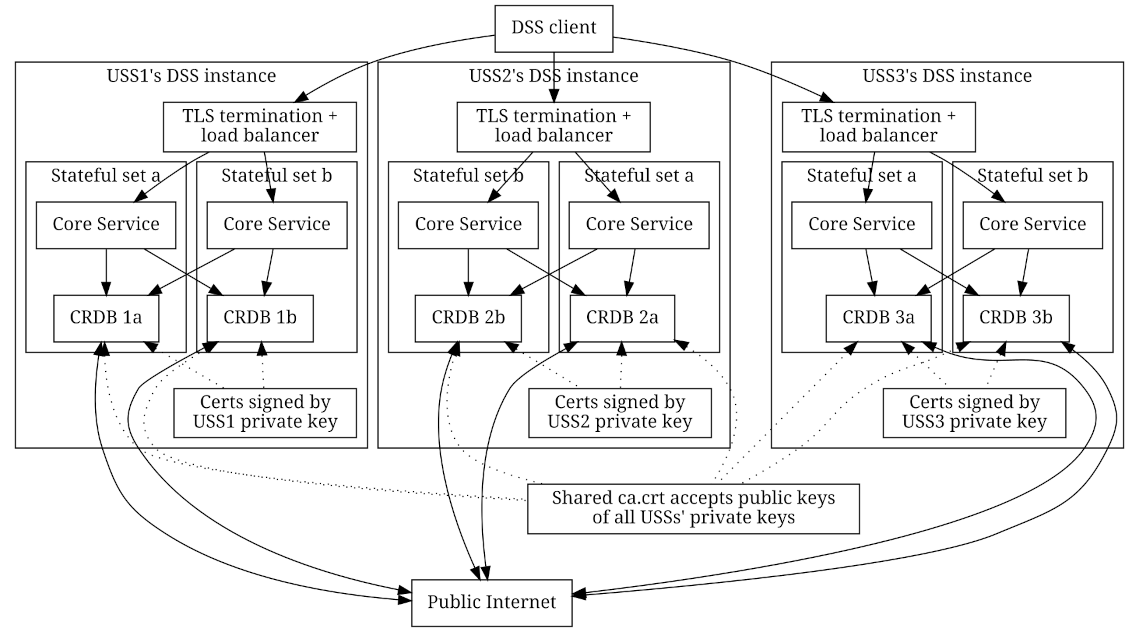
interuss/dss keeps this Graphviz diagram as docs/assets/generated/pool_architecture.png. Above is the earlier version. Its source is kept beside it as docs/assets/pool_architecture.gv. Source of this version:
```dot
digraph G {
    node [shape=box];

    DSSClient [label="DSS client"]

    LoadBalancer1 [label="TLS termination +\nload balancer"]
    CoreService1a [label="Core Service"];
    CoreService1b [label="Core Service"];
    CRDB1a [label="CRDB 1a"];
    CRDB1b [label="CRDB 1b"];
    PrivateKey1 [label="Certs signed by\nUSS1 private key"]

    LoadBalancer2 [label="TLS termination +\nload balancer"]
    CoreService2a [label="Core Service"];
    CoreService2b [label="Core Service"];
    CRDB2a [label="CRDB 2a"];
    CRDB2b [label="CRDB 2b"];
    PrivateKey2 [label="Certs signed by\nUSS2 private key"]

    LoadBalancer3 [label="TLS termination +\nload balancer"]
    CoreService3a [label="Core Service"];
    CoreService3b [label="Core Service"];
    CRDB3a [label="CRDB 3a"];
    CRDB3b [label="CRDB 3b"];
    PrivateKey3 [label="Certs signed by\nUSS3 private key"]

    Certs [label="Shared ca.crt accepts public keys\nof all USSs' private keys"];
    PublicInternet [label="Public Internet"];

    subgraph cluster_0 {
    label="USS1's DSS instance"
    subgraph cluster_1 {
    label="Stateful set a";
    CoreService1a -> CRDB1a;
    }
    subgraph cluster_2 {
    label="Stateful set b";
    CoreService1b -> CRDB1b;
    }
    CRDB1a -> PrivateKey1 [dir=back,style=dotted];
    CRDB1b -> PrivateKey1 [dir=back,style=dotted];
    CoreService1b -> CRDB1a;
    CoreService1a -> CRDB1b;
    LoadBalancer1 -> CoreService1a
    LoadBalancer1 -> CoreService1b
    }

    subgraph cluster_4 {
    label="USS2's DSS instance"
    subgraph cluster_5 {
    label="Stateful set a";
    CoreService2a -> CRDB2a;
    }
    subgraph cluster_6 {
    label="Stateful set b";
    CoreService2b -> CRDB2b;
    }
    CRDB2a -> PrivateKey2 [dir=back,style=dotted];
    CRDB2b -> PrivateKey2 [dir=back,style=dotted];
    CoreService2b -> CRDB2a;
    CoreService2a -> CRDB2b;
    LoadBalancer2 -> CoreService2a
    LoadBalancer2 -> CoreService2b
    }

    subgraph cluster_8 {
    label="USS3's DSS instance"
    subgraph cluster_9 {
    label="Stateful set a";
    CoreService3a -> CRDB3a;
    }
    subgraph cluster_10 {
    label="Stateful set b";
    CoreService3b -> CRDB3b;
    }
    CRDB3a -> PrivateKey3 [dir=back,style=dotted];
    CRDB3b -> PrivateKey3 [dir=back,style=dotted];
    CoreService3b -> CRDB3a;
    CoreService3a -> CRDB3b;
    LoadBalancer3 -> CoreService3a
    LoadBalancer3 -> CoreService3b
    }

    DSSClient -> LoadBalancer1;
    DSSClient -> LoadBalancer2;
    DSSClient -> LoadBalancer3;

    CRDB1a -> Certs [dir=back,style=dotted];
    CRDB1b -> Certs [dir=back,style=dotted];
    CRDB2a -> Certs [dir=back,style=dotted];
    CRDB2b -> Certs [dir=back,style=dotted];
    CRDB3a -> Certs [dir=back,style=dotted];
    CRDB3b -> Certs [dir=back,style=dotted];

    CRDB1a -> PublicInternet [dir=both];
    CRDB1b -> PublicInternet [dir=both];
    CRDB2a -> PublicInternet [dir=both];
    CRDB2b -> PublicInternet [dir=both];
    CRDB3a -> PublicInternet [dir=both];
    CRDB3b -> PublicInternet [dir=both];

    PrivateKey1 -> Certs [dir=none,color=transparent];
    PrivateKey2 -> Certs [dir=none,color=transparent];
    PrivateKey3 -> Certs [dir=none,color=transparent];
    Certs -> PublicInternet [dir=none,color=transparent];
}
```
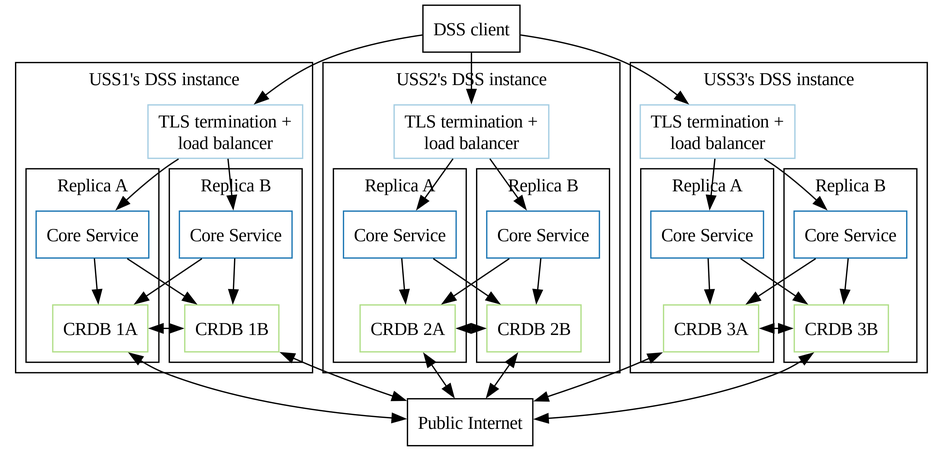
The same file after the commit.

Diff of the diagram source:
```diff
@@ -1,96 +1,83 @@
 digraph G {
-    node [shape=box];
+    node [shape=box, colorscheme=paired8];
+    graph [dpi = 300];
 
     DSSClient [label="DSS client"]
 
-    LoadBalancer1 [label="TLS termination +\nload balancer"]
-    CoreService1a [label="Core Service"];
-    CoreService1b [label="Core Service"];
-    CRDB1a [label="CRDB 1a"];
-    CRDB1b [label="CRDB 1b"];
-    PrivateKey1 [label="Certs signed by\nUSS1 private key"]
+    LoadBalancer1 [label="TLS termination +\nload balancer",color=1]
+    CoreService1a [label="Core Service",color=2];
+    CoreService1b [label="Core Service",color=2];
+    CRDB1a [label="CRDB 1A",color=3];
+    CRDB1b [label="CRDB 1B",color=3];
 
-    LoadBalancer2 [label="TLS termination +\nload balancer"]
-    CoreService2a [label="Core Service"];
-    CoreService2b [label="Core Service"];
-    CRDB2a [label="CRDB 2a"];
-    CRDB2b [label="CRDB 2b"];
-    PrivateKey2 [label="Certs signed by\nUSS2 private key"]
+    LoadBalancer2 [label="TLS termination +\nload balancer",color=1]
+    CoreService2a [label="Core Service",color=2];
+    CoreService2b [label="Core Service",color=2];
+    CRDB2a [label="CRDB 2A",color=3];
+    CRDB2b [label="CRDB 2B",color=3];
 
-    LoadBalancer3 [label="TLS termination +\nload balancer"]
-    CoreService3a [label="Core Service"];
-    CoreService3b [label="Core Service"];
-    CRDB3a [label="CRDB 3a"];
-    CRDB3b [label="CRDB 3b"];
-    PrivateKey3 [label="Certs signed by\nUSS3 private key"]
+    LoadBalancer3 [label="TLS termination +\nload balancer",color=1]
+    CoreService3a [label="Core Service",color=2];
+    CoreService3b [label="Core Service",color=2];
+    CRDB3a [label="CRDB 3A",color=3];
+    CRDB3b [label="CRDB 3B",color=3];
 
-    Certs [label="Shared ca.crt accepts public keys\nof all USSs' private keys"];
-    PublicInternet [label="Public Internet"];
+    { rank=sink; PublicInternet [label="Public Internet"]; }
 
     subgraph cluster_0 {
-    label="USS1's DSS instance"
-    subgraph cluster_1 {
-    label="Stateful set a";
-    CoreService1a -> CRDB1a;
-    }
-    subgraph cluster_2 {
-    label="Stateful set b";
-    CoreService1b -> CRDB1b;
-    }
-    CRDB1a -> PrivateKey1 [dir=back,style=dotted];
-    CRDB1b -> PrivateKey1 [dir=back,style=dotted];
-    CoreService1b -> CRDB1a;
-    CoreService1a -> CRDB1b;
-    LoadBalancer1 -> CoreService1a
-    LoadBalancer1 -> CoreService1b
+        label="USS1's DSS instance"
+        subgraph cluster_1 {
+            label="Replica A";
+            CoreService1a -> CRDB1a;
+        }
+        subgraph cluster_2 {
+            label="Replica B";
+            CoreService1b -> CRDB1b;
+        }
+        CoreService1b -> CRDB1a;
+        CoreService1a -> CRDB1b;
+        LoadBalancer1 -> CoreService1a
+        LoadBalancer1 -> CoreService1b
+        CRDB1a -> CRDB1b [dir=both];
     }
 
     subgraph cluster_4 {
-    label="USS2's DSS instance"
-    subgraph cluster_5 {
-    label="Stateful set a";
-    CoreService2a -> CRDB2a;
-    }
-    subgraph cluster_6 {
-    label="Stateful set b";
-    CoreService2b -> CRDB2b;
-    }
-    CRDB2a -> PrivateKey2 [dir=back,style=dotted];
-    CRDB2b -> PrivateKey2 [dir=back,style=dotted];
-    CoreService2b -> CRDB2a;
-    CoreService2a -> CRDB2b;
-    LoadBalancer2 -> CoreService2a
-    LoadBalancer2 -> CoreService2b
+        label="USS2's DSS instance"
+        subgraph cluster_5 {
+            label="Replica A";
+            CoreService2a -> CRDB2a;
+        }
+        subgraph cluster_6 {
+            label="Replica B";
+            CoreService2b -> CRDB2b;
+        }
+        CoreService2b -> CRDB2a;
+        CoreService2a -> CRDB2b;
+        LoadBalancer2 -> CoreService2a
+        LoadBalancer2 -> CoreService2b
+        CRDB2a -> CRDB2b [dir=both];
     }
 
     subgraph cluster_8 {
-    label="USS3's DSS instance"
-    subgraph cluster_9 {
-    label="Stateful set a";
-    CoreService3a -> CRDB3a;
-    }
-    subgraph cluster_10 {
-    label="Stateful set b";
-    CoreService3b -> CRDB3b;
-    }
-    CRDB3a -> PrivateKey3 [dir=back,style=dotted];
-    CRDB3b -> PrivateKey3 [dir=back,style=dotted];
-    CoreService3b -> CRDB3a;
-    CoreService3a -> CRDB3b;
-    LoadBalancer3 -> CoreService3a
-    LoadBalancer3 -> CoreService3b
+        label="USS3's DSS instance"
+        subgraph cluster_9 {
+            label="Replica A";
+            CoreService3a -> CRDB3a;
+        }
+        subgraph cluster_10 {
+            label="Replica B";
+            CoreService3b -> CRDB3b;
+        }
+        CoreService3b -> CRDB3a;
+        CoreService3a -> CRDB3b;
+        LoadBalancer3 -> CoreService3a
+        LoadBalancer3 -> CoreService3b
+        CRDB3a -> CRDB3b [dir=both];
     }
 
     DSSClient -> LoadBalancer1;
     DSSClient -> LoadBalancer2;
     DSSClient -> LoadBalancer3;
-
-    CRDB1a -> Certs [dir=back,style=dotted];
-    CRDB1b -> Certs [dir=back,style=dotted];
-    CRDB2a -> Certs [dir=back,style=dotted];
-    CRDB2b -> Certs [dir=back,style=dotted];
-    CRDB3a -> Certs [dir=back,style=dotted];
-    CRDB3b -> Certs [dir=back,style=dotted];
 
     CRDB1a -> PublicInternet [dir=both];
     CRDB1b -> PublicInternet [dir=both];
@@ -99,8 +86,4 @@
     CRDB3a -> PublicInternet [dir=both];
     CRDB3b -> PublicInternet [dir=both];
 
-    PrivateKey1 -> Certs [dir=none,color=transparent];
-    PrivateKey2 -> Certs [dir=none,color=transparent];
-    PrivateKey3 -> Certs [dir=none,color=transparent];
-    Certs -> PublicInternet [dir=none,color=transparent];
 }
```
